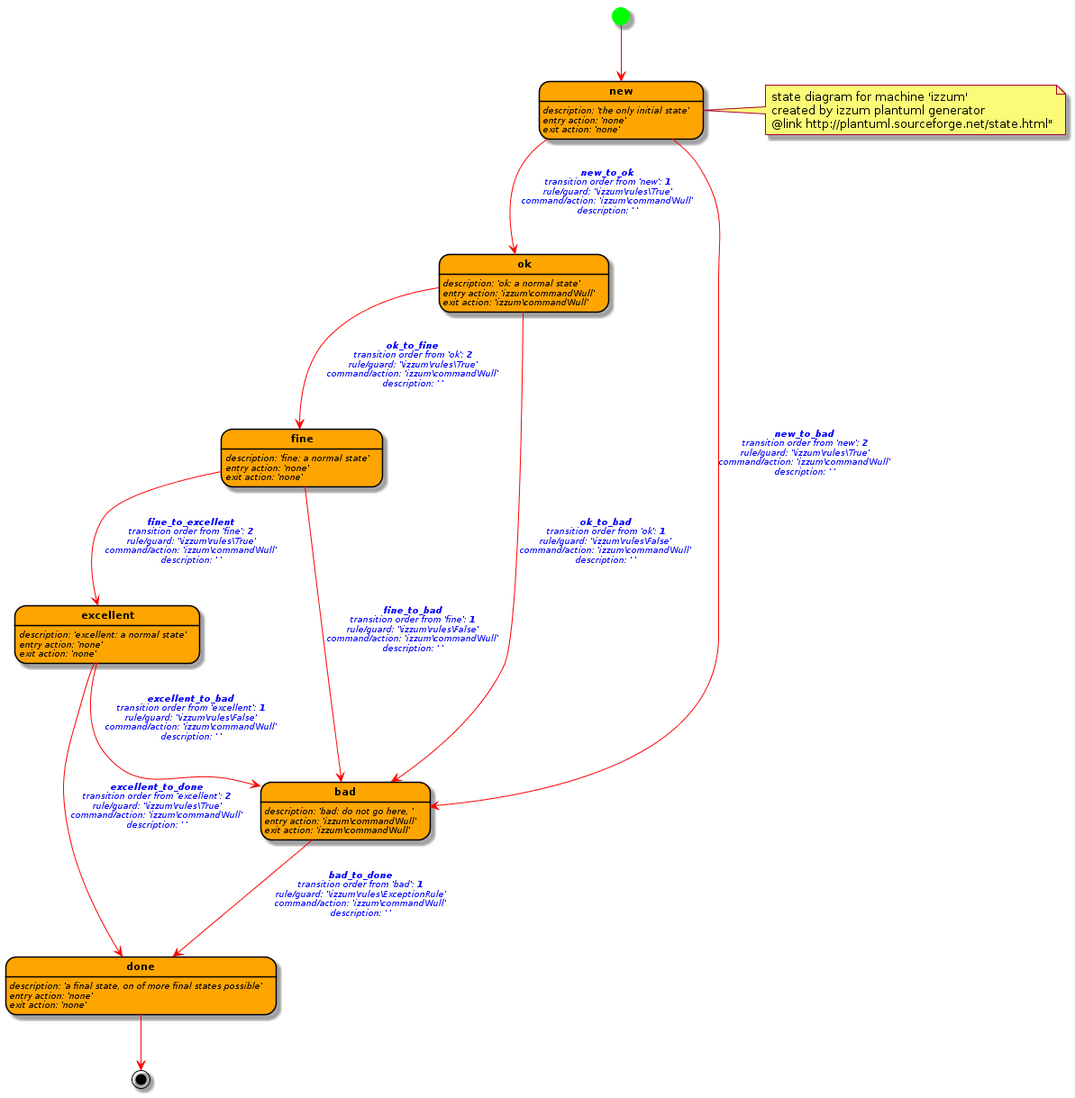
Before: assets/images/state-diagram-example-sqlite.png, a diagram exported from PlantUML (rolfvreijdenberger/izzum-statemachine). Its diagram source:
```plantuml
@startuml
skinparam state {
    FontColor  black
    FontSize 11
    FontStyle bold
    BackgroundColor  orange
    BorderColor black
    ArrowColor red
    StartColor lime
    EndColor black

}
skinparam stateArrow {
    FontColor  blue
    FontSize 9
    FontStyle italic
}
skinparam stateAttribute {
    FontColor  black
    FontSize 9
    FontStyle italic
}
state "bad" as Bad
Bad: description: 'bad: do not go here, '
Bad: entry action: 'izzum\command\Null'
Bad: exit action: 'izzum\command\Null'
state "done" as Done
Done: description: 'a final state, on of more final states possible'
Done: entry action: 'none'
Done: exit action: 'none'
Bad --> Done : <b><size:10>bad_to_done</size></b>\ntransition order from 'bad': <b>1</b>\nrule/guard: '\\izzum\\rules\\ExceptionRule'\ncommand/action: 'izzum\command\Null'\ndescription: ' '\n
state "excellent" as Excellent
Excellent: description: 'excellent: a normal state'
Excellent: entry action: 'none'
Excellent: exit action: 'none'
Excellent --> Bad : <b><size:10>excellent_to_bad</size></b>\ntransition order from 'excellent': <b>1</b>\nrule/guard: '\\izzum\\rules\\False'\ncommand/action: 'izzum\command\Null'\ndescription: ' '\n
Excellent --> Done : <b><size:10>excellent_to_done</size></b>\ntransition order from 'excellent': <b>2</b>\nrule/guard: '\\izzum\\rules\\True'\ncommand/action: 'izzum\command\Null'\ndescription: ' '\n
state "fine" as Fine
Fine: description: 'fine: a normal state'
Fine: entry action: 'none'
Fine: exit action: 'none'
Fine --> Bad : <b><size:10>fine_to_bad</size></b>\ntransition order from 'fine': <b>1</b>\nrule/guard: '\\izzum\\rules\\False'\ncommand/action: 'izzum\command\Null'\ndescription: ' '\n
Fine --> Excellent : <b><size:10>fine_to_excellent</size></b>\ntransition order from 'fine': <b>2</b>\nrule/guard: '\\izzum\\rules\\True'\ncommand/action: 'izzum\command\Null'\ndescription: ' '\n
state "new" as New
New: description: 'the only initial state'
New: entry action: 'none'
New: exit action: 'none'
state "ok" as Ok
Ok: description: 'ok: a normal state'
Ok: entry action: 'izzum\command\Null'
Ok: exit action: 'izzum\command\Null'
New --> Ok : <b><size:10>new_to_ok</size></b>\ntransition order from 'new': <b>1</b>\nrule/guard: '\\izzum\\rules\\True'\ncommand/action: 'izzum\command\Null'\ndescription: ' '\n
New --> Bad : <b><size:10>new_to_bad</size></b>\ntransition order from 'new': <b>2</b>\nrule/guard: '\\izzum\\rules\\True'\ncommand/action: 'izzum\command\Null'\ndescription: ' '\n
Ok --> Bad : <b><size:10>ok_to_bad</size></b>\ntransition order from 'ok': <b>1</b>\nrule/guard: '\\izzum\\rules\\False'\ncommand/action: 'izzum\command\Null'\ndescription: ' '\n
Ok --> Fine : <b><size:10>ok_to_fine</size></b>\ntransition order from 'ok': <b>2</b>\nrule/guard: '\\izzum\\rules\\True'\ncommand/action: 'izzum\command\Null'\ndescription: ' '\n
[*] --> New
note right of New
state diagram for machine 'izzum'
created by izzum plantuml generator
@link http://plantuml.sourceforge.net/state.html"
end note
Done --> [*]
@enduml
```
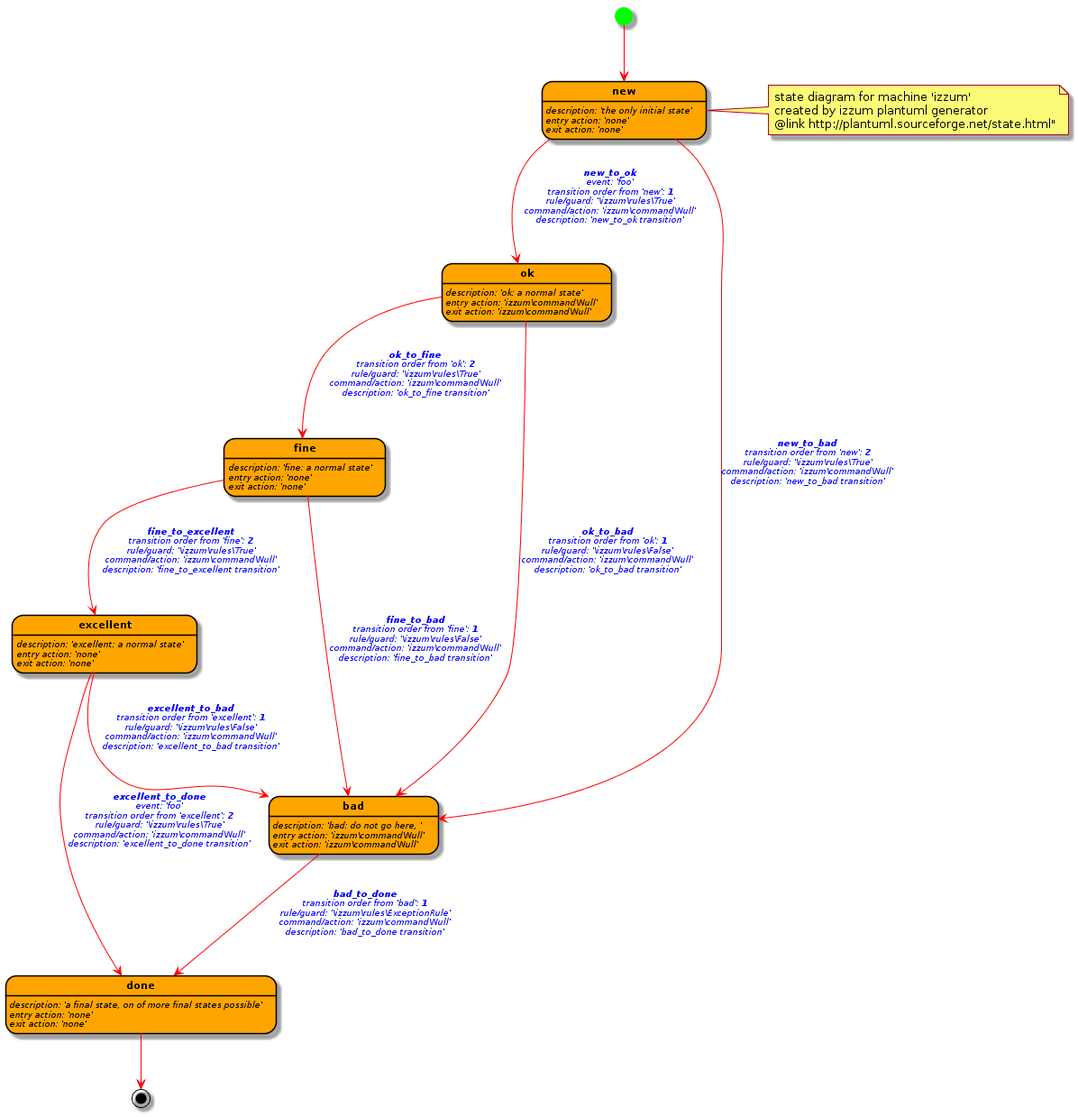
After the change.

What changed in the source:
```diff
@@ -28,19 +28,19 @@
 Done: description: 'a final state, on of more final states possible'
 Done: entry action: 'none'
 Done: exit action: 'none'
-Bad --> Done : <b><size:10>bad_to_done</size></b>\ntransition order from 'bad': <b>1</b>\nrule/guard: '\\izzum\\rules\\ExceptionRule'\ncommand/action: 'izzum\command\Null'\ndescription: ' '\n
+Bad --> Done : <b><size:10>bad_to_done</size></b>\ntransition order from 'bad': <b>1</b>\nrule/guard: '\\izzum\\rules\\ExceptionRule'\ncommand/action: 'izzum\command\Null'\ndescription: 'bad_to_done transition'\n
 state "excellent" as Excellent
 Excellent: description: 'excellent: a normal state'
 Excellent: entry action: 'none'
 Excellent: exit action: 'none'
-Excellent --> Bad : <b><size:10>excellent_to_bad</size></b>\ntransition order from 'excellent': <b>1</b>\nrule/guard: '\\izzum\\rules\\False'\ncommand/action: 'izzum\command\Null'\ndescription: ' '\n
-Excellent --> Done : <b><size:10>excellent_to_done</size></b>\ntransition order from 'excellent': <b>2</b>\nrule/guard: '\\izzum\\rules\\True'\ncommand/action: 'izzum\command\Null'\ndescription: ' '\n
+Excellent --> Bad : <b><size:10>excellent_to_bad</size></b>\ntransition order from 'excellent': <b>1</b>\nrule/guard: '\\izzum\\rules\\False'\ncommand/action: 'izzum\command\Null'\ndescription: 'excellent_to_bad transition'\n
+Excellent --> Done : <b><size:10>excellent_to_done</size></b>\nevent: 'foo'\ntransition order from 'excellent': <b>2</b>\nrule/guard: '\\izzum\\rules\\True'\ncommand/action: 'izzum\command\Null'\ndescription: 'excellent_to_done transition'\n
 state "fine" as Fine
 Fine: description: 'fine: a normal state'
 Fine: entry action: 'none'
 Fine: exit action: 'none'
-Fine --> Bad : <b><size:10>fine_to_bad</size></b>\ntransition order from 'fine': <b>1</b>\nrule/guard: '\\izzum\\rules\\False'\ncommand/action: 'izzum\command\Null'\ndescription: ' '\n
-Fine --> Excellent : <b><size:10>fine_to_excellent</size></b>\ntransition order from 'fine': <b>2</b>\nrule/guard: '\\izzum\\rules\\True'\ncommand/action: 'izzum\command\Null'\ndescription: ' '\n
+Fine --> Bad : <b><size:10>fine_to_bad</size></b>\ntransition order from 'fine': <b>1</b>\nrule/guard: '\\izzum\\rules\\False'\ncommand/action: 'izzum\command\Null'\ndescription: 'fine_to_bad transition'\n
+Fine --> Excellent : <b><size:10>fine_to_excellent</size></b>\ntransition order from 'fine': <b>2</b>\nrule/guard: '\\izzum\\rules\\True'\ncommand/action: 'izzum\command\Null'\ndescription: 'fine_to_excellent transition'\n
 state "new" as New
 New: description: 'the only initial state'
 New: entry action: 'none'
@@ -49,10 +49,10 @@
 Ok: description: 'ok: a normal state'
 Ok: entry action: 'izzum\command\Null'
 Ok: exit action: 'izzum\command\Null'
-New --> Ok : <b><size:10>new_to_ok</size></b>\ntransition order from 'new': <b>1</b>\nrule/guard: '\\izzum\\rules\\True'\ncommand/action: 'izzum\command\Null'\ndescription: ' '\n
-New --> Bad : <b><size:10>new_to_bad</size></b>\ntransition order from 'new': <b>2</b>\nrule/guard: '\\izzum\\rules\\True'\ncommand/action: 'izzum\command\Null'\ndescription: ' '\n
-Ok --> Bad : <b><size:10>ok_to_bad</size></b>\ntransition order from 'ok': <b>1</b>\nrule/guard: '\\izzum\\rules\\False'\ncommand/action: 'izzum\command\Null'\ndescription: ' '\n
-Ok --> Fine : <b><size:10>ok_to_fine</size></b>\ntransition order from 'ok': <b>2</b>\nrule/guard: '\\izzum\\rules\\True'\ncommand/action: 'izzum\command\Null'\ndescription: ' '\n
+New --> Ok : <b><size:10>new_to_ok</size></b>\nevent: 'foo'\ntransition order from 'new': <b>1</b>\nrule/guard: '\\izzum\\rules\\True'\ncommand/action: 'izzum\command\Null'\ndescription: 'new_to_ok transition'\n
+New --> Bad : <b><size:10>new_to_bad</size></b>\ntransition order from 'new': <b>2</b>\nrule/guard: '\\izzum\\rules\\True'\ncommand/action: 'izzum\command\Null'\ndescription: 'new_to_bad transition'\n
+Ok --> Bad : <b><size:10>ok_to_bad</size></b>\ntransition order from 'ok': <b>1</b>\nrule/guard: '\\izzum\\rules\\False'\ncommand/action: 'izzum\command\Null'\ndescription: 'ok_to_bad transition'\n
+Ok --> Fine : <b><size:10>ok_to_fine</size></b>\ntransition order from 'ok': <b>2</b>\nrule/guard: '\\izzum\\rules\\True'\ncommand/action: 'izzum\command\Null'\ndescription: 'ok_to_fine transition'\n
 [*] --> New
 note right of New
 state diagram for machine 'izzum'
```
